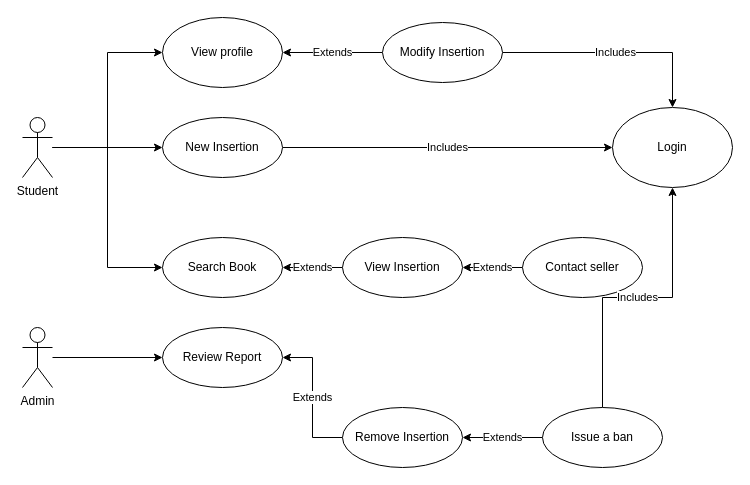
Above: Use_Cases_diagram.drawio in davideleoni997/ScambioUniversitario (draw.io), before the change. Source tidied: cells renumbered, new cells numbered last; positions are measured from the earlier drawing's top-left corner, leaving out a move shared by most shapes. Both pictures are drawn from the tidied source at 100%, with x=0, y=0 at pixel (22, 17).
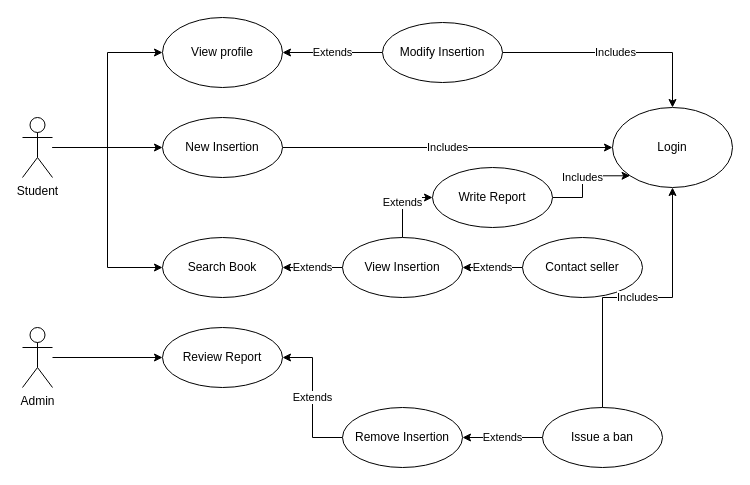
Above is the later version.

Commit message:
-- Updated with Write report case

Unchanged cells that the change refers to:
```xml
<mxCell id="14" value="Login" style="ellipse;whiteSpace=wrap;html=1;rounded=0;" parent="1" vertex="1">
  <mxGeometry x="590" y="90" width="120" height="80" as="geometry" />
</mxCell>
<mxCell id="18" value="View Insertion" style="ellipse;whiteSpace=wrap;html=1;fontFamily=Helvetica;fontSize=12;fontColor=#000000;align=center;strokeColor=#000000;fillColor=#ffffff;" parent="1" vertex="1">
  <mxGeometry x="320" y="220" width="120" height="60" as="geometry" />
</mxCell>
```

Diff of the diagram source:
```diff
@@
+    <mxCell id="26" value="Extends" style="edgeStyle=orthogonalEdgeStyle;rounded=0;jettySize=auto;html=1;entryX=0;entryY=0.5;entryDx=0;entryDy=0;" parent="1" edge="1" source="18" target="28">
+      <mxGeometry relative="1" as="geometry" />
+    </mxCell>
@@
+    <mxCell id="27" value="Includes" style="edgeStyle=orthogonalEdgeStyle;rounded=0;jettySize=auto;html=1;entryX=0;entryY=1;entryDx=0;entryDy=0;" parent="1" edge="1" source="28" target="14">
+      <mxGeometry relative="1" as="geometry" />
+    </mxCell>
+    <mxCell id="28" value="Write Report" style="ellipse;whiteSpace=wrap;html=1;fontFamily=Helvetica;fontSize=12;fontColor=#000000;align=center;strokeColor=#000000;fillColor=#ffffff;" parent="1" vertex="1">
+      <mxGeometry x="410" y="150" width="120" height="60" as="geometry" />
+    </mxCell>
```
